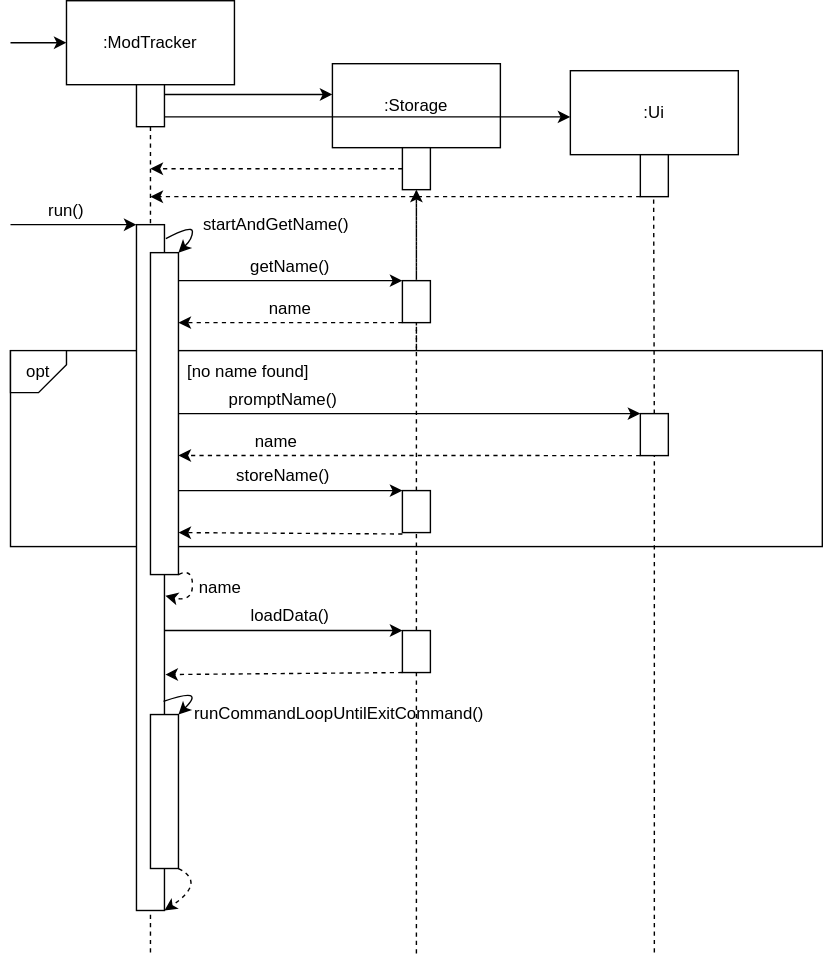
This is docs/diagrams/Storage Sequence Diagram.svg from nus-cs2113-AY2021S1/tp, a draw.io export, as it was before one commit. Source tidied: cells renumbered, new cells last; positions are measured from the earlier drawing's top-left corner, leaving out a move shared by most shapes.
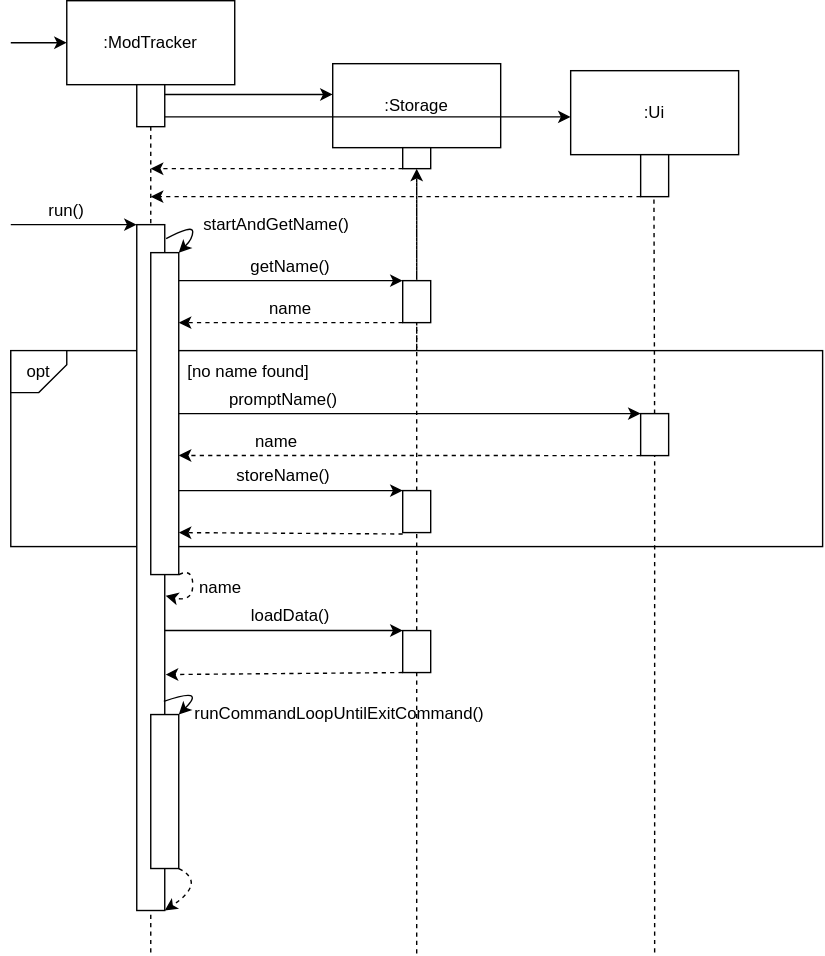
After the change.

Change to the diagram source:
```diff
@@ -36,9 +36,8 @@
         <mxPoint x="230" y="67" as="targetPoint" />
       </mxGeometry>
     </mxCell>
-    <mxCell id="11" style="endArrow=classic;html=1;dashed=1;exitX=0;exitY=1;exitDx=0;exitDy=0;" parent="1" edge="1">
+    <mxCell id="11" style="endArrow=classic;html=1;dashed=1;exitX=0;exitY=1;exitDx=0;exitDy=0;" parent="1" edge="1" source="26">
       <mxGeometry relative="1" as="geometry">
-        <mxPoint x="280" y="120" as="sourcePoint" />
         <mxPoint x="100" y="120" as="targetPoint" />
       </mxGeometry>
     </mxCell>
@@ -62,10 +61,10 @@
     <mxCell id="15" value="startAndGetName()" style="text;html=1;strokeColor=none;fillColor=none;align=center;verticalAlign=middle;whiteSpace=wrap;rounded=0;" parent="1" vertex="1">
       <mxGeometry x="120" y="150" width="140" height="20" as="geometry" />
     </mxCell>
-    <mxCell id="16" style="endArrow=none;dashed=1;html=1;entryX=0.5;entryY=1;entryDx=0;entryDy=0;" parent="1" edge="1">
+    <mxCell id="16" style="endArrow=none;dashed=1;html=1;" parent="1" edge="1">
       <mxGeometry relative="1" as="geometry">
         <mxPoint x="290" y="199" as="sourcePoint" />
-        <mxPoint x="290" y="134" as="targetPoint" />
+        <mxPoint x="290" y="130" as="targetPoint" />
       </mxGeometry>
     </mxCell>
     <mxCell id="17" style="endArrow=classic;html=1;entryX=0;entryY=0;entryDx=0;entryDy=0;" parent="1" edge="1" target="18">
@@ -106,7 +105,7 @@
       </mxGeometry>
     </mxCell>
     <mxCell id="26" style="rounded=0;whiteSpace=wrap;html=1;" parent="1" vertex="1">
-      <mxGeometry x="280" y="105" width="20" height="30" as="geometry" />
+      <mxGeometry x="280" y="105" width="20" height="15" as="geometry" />
     </mxCell>
     <mxCell id="27" style="endArrow=none;dashed=1;html=1;entryX=0.5;entryY=1;entryDx=0;entryDy=0;" parent="1" edge="1" source="34">
       <mxGeometry relative="1" as="geometry">
```
